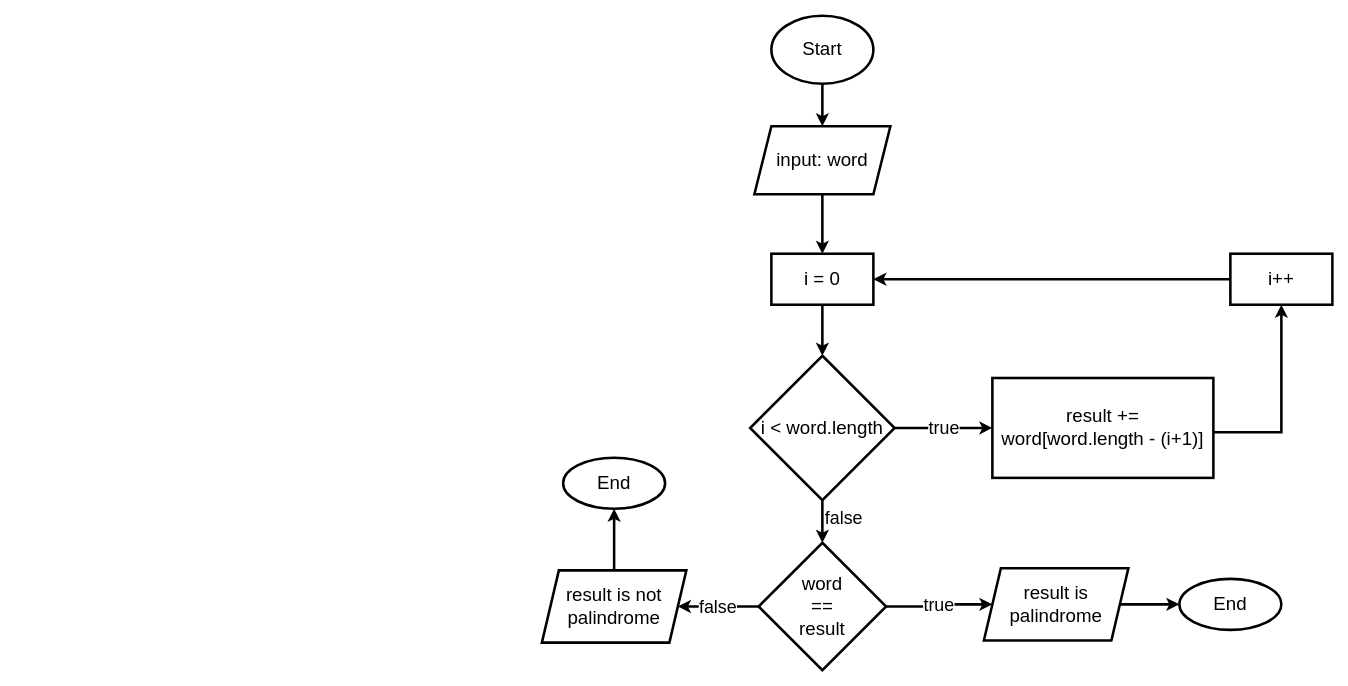
Above: flowchart-palindrome.drawio in rioprayoga23/fw12-javascript-1 (draw.io), before the change. Source tidied: cells renumbered, new cells numbered last; positions are measured from the earlier drawing's top-left corner, leaving out a move shared by most shapes. Both pictures are drawn from the tidied source at 85%, with x=0, y=0 at pixel (541, 15).
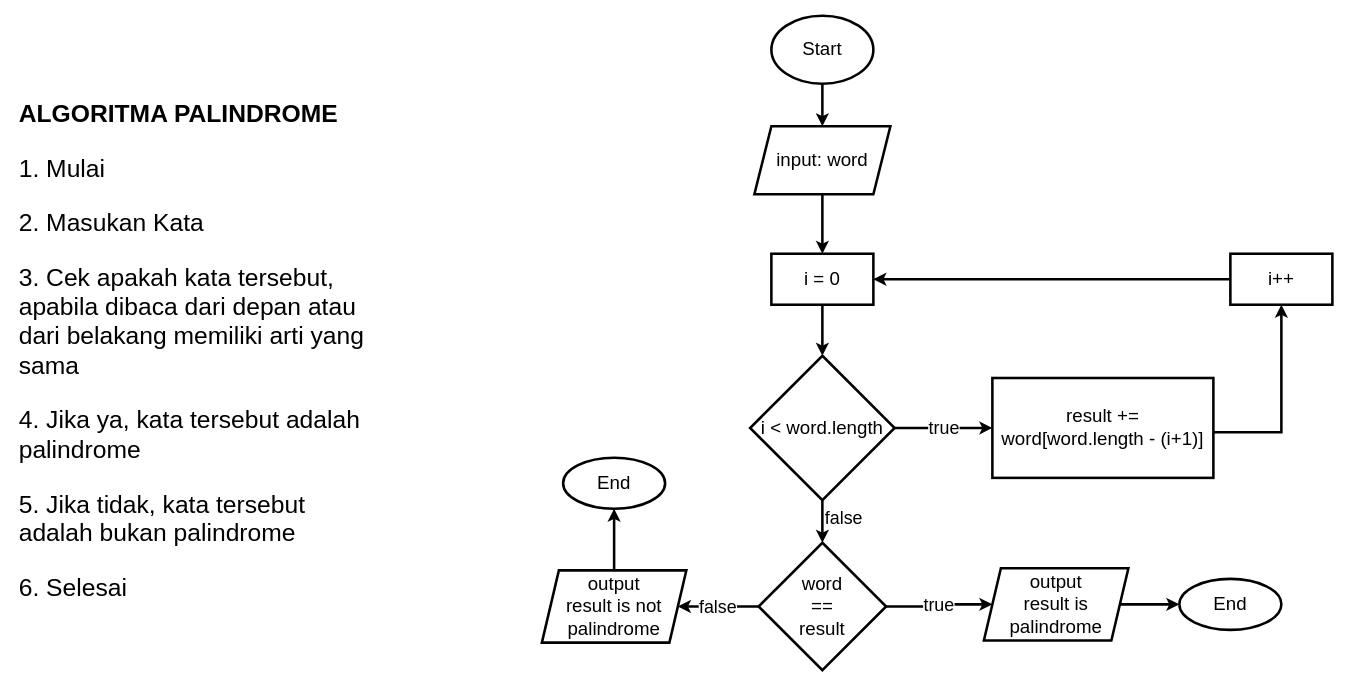
After the change.

Diff of the diagram source:
```diff
@@
-    <mxCell id="20" value="result is palindrome" style="shape=parallelogram;perimeter=parallelogramPerimeter;whiteSpace=wrap;html=1;fixedSize=1;fontSize=22;rounded=0;strokeWidth=3;" parent="1" vertex="1">
+    <mxCell id="20" value="output&lt;br&gt;result is palindrome" style="shape=parallelogram;perimeter=parallelogramPerimeter;whiteSpace=wrap;html=1;fixedSize=1;fontSize=22;rounded=0;strokeWidth=3;" parent="1" vertex="1">
       <mxGeometry x="520" y="650" width="170" height="85" as="geometry" />
     </mxCell>
@@
-    <mxCell id="23" value="result is not palindrome" style="shape=parallelogram;perimeter=parallelogramPerimeter;whiteSpace=wrap;html=1;fixedSize=1;fontSize=22;rounded=0;strokeWidth=3;" parent="1" vertex="1">
+    <mxCell id="23" value="output&lt;br&gt;result is not palindrome" style="shape=parallelogram;perimeter=parallelogramPerimeter;whiteSpace=wrap;html=1;fixedSize=1;fontSize=22;rounded=0;strokeWidth=3;" parent="1" vertex="1">
       <mxGeometry y="652.5" width="170" height="85" as="geometry" />
     </mxCell>
@@
+    <mxCell id="25" value="&lt;h1 style=&quot;font-size: 29px;&quot;&gt;&lt;font style=&quot;font-size: 29px;&quot;&gt;ALGORITMA PALINDROME&lt;/font&gt;&lt;/h1&gt;&lt;p style=&quot;font-size: 29px;&quot;&gt;&lt;font style=&quot;font-size: 29px;&quot;&gt;1. Mulai&lt;/font&gt;&lt;/p&gt;&lt;p style=&quot;font-size: 29px;&quot;&gt;&lt;font style=&quot;font-size: 29px;&quot;&gt;2. Masukan Kata&lt;/font&gt;&lt;/p&gt;&lt;p style=&quot;font-size: 29px;&quot;&gt;&lt;font style=&quot;font-size: 29px;&quot;&gt;3. Cek apakah kata tersebut, apabila dibaca dari depan atau dari belakang memiliki arti yang sama&lt;/font&gt;&lt;/p&gt;&lt;p style=&quot;font-size: 29px;&quot;&gt;&lt;font style=&quot;font-size: 29px;&quot;&gt;4. Jika ya, kata tersebut adalah palindrome&lt;/font&gt;&lt;/p&gt;&lt;p style=&quot;font-size: 29px;&quot;&gt;&lt;font style=&quot;font-size: 29px;&quot;&gt;5. Jika tidak, kata tersebut adalah bukan palindrome&amp;nbsp;&lt;/font&gt;&lt;/p&gt;&lt;p style=&quot;font-size: 29px;&quot;&gt;&lt;font style=&quot;font-size: 29px;&quot;&gt;6. Selesai&lt;/font&gt;&lt;/p&gt;" style="text;html=1;strokeColor=none;fillColor=none;spacing=5;spacingTop=-20;whiteSpace=wrap;overflow=hidden;rounded=0;" parent="1" vertex="1">
+      <mxGeometry x="-620" y="90" width="427.5" height="620" as="geometry" />
+    </mxCell>
```
